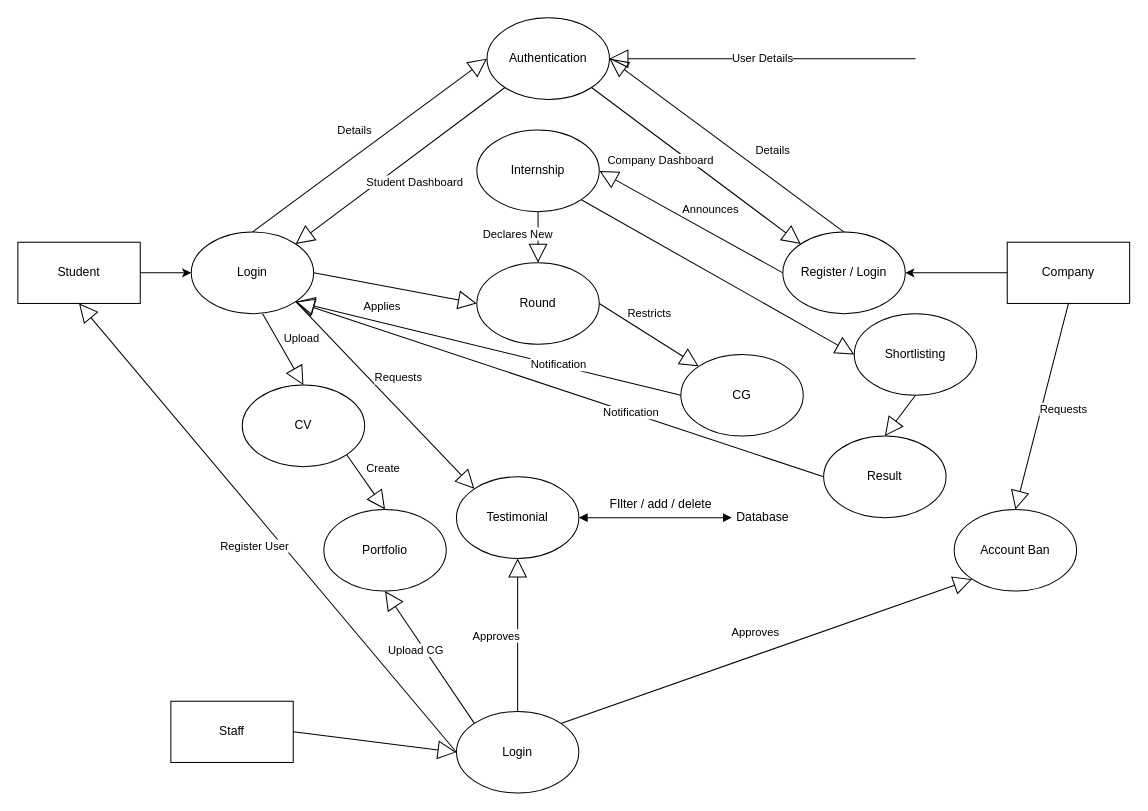
Earlier version of the draw.io diagram DFD/DFD Level2.drawio (mayank-0407/GetPlaced). Source tidied: cells renumbered, new cells numbered last; positions are measured from the earlier drawing's top-left corner, leaving out a move shared by most shapes. Both pictures are drawn from the tidied source at 102%, with x=0, y=0 at pixel (17, 17).
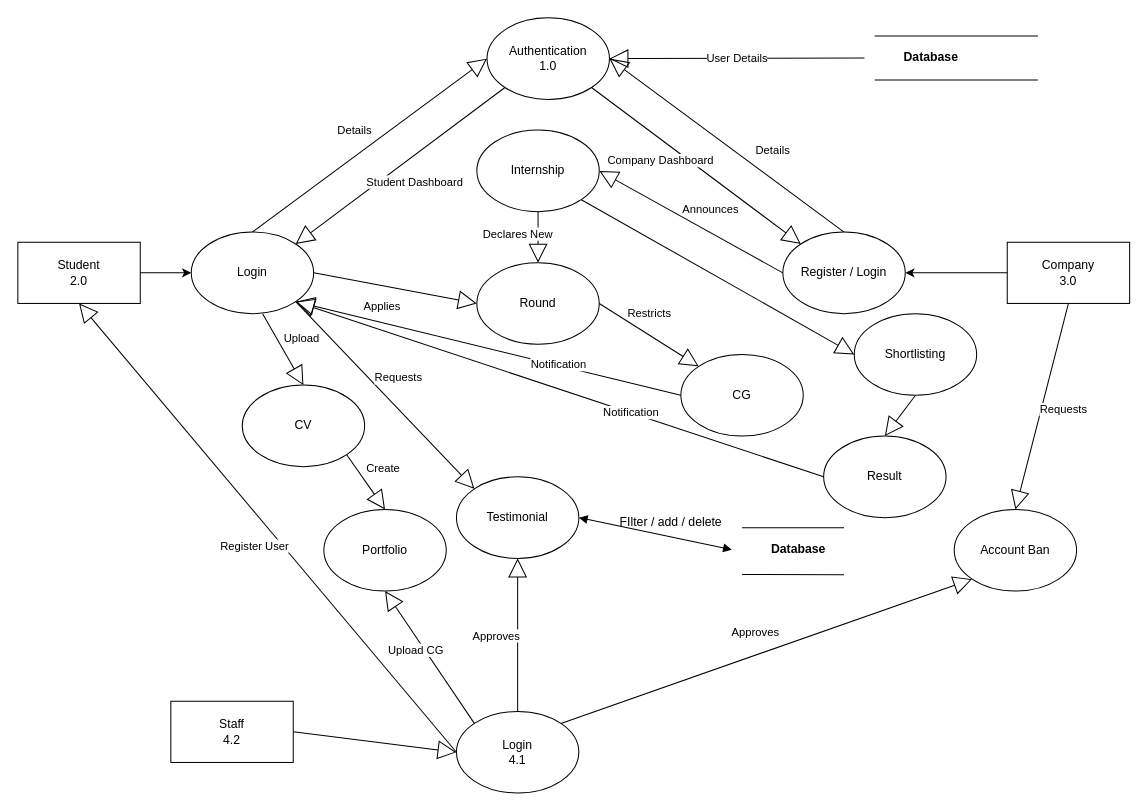
After the change.

The change refers to these unchanged cells:
```xml
<mxCell id="29" value="Testimonial" style="ellipse;whiteSpace=wrap;html=1;" parent="1" vertex="1">
  <mxGeometry x="430" y="450" width="120" height="80" as="geometry" />
</mxCell>
```

Diff of the diagram source:
```diff
@@
-    <mxCell id="2" value="Student" style="rounded=0;whiteSpace=wrap;html=1;" parent="1" vertex="1">
+    <mxCell id="2" value="Student&lt;br&gt;2.0" style="rounded=0;whiteSpace=wrap;html=1;" parent="1" vertex="1">
       <mxGeometry y="220" width="120" height="60" as="geometry" />
     </mxCell>
-    <mxCell id="3" value="Authentication" style="ellipse;whiteSpace=wrap;html=1;" parent="1" vertex="1">
+    <mxCell id="3" value="Authentication&lt;br&gt;1.0" style="ellipse;whiteSpace=wrap;html=1;" parent="1" vertex="1">
       <mxGeometry x="460" width="120" height="80" as="geometry" />
     </mxCell>
@@
-    <mxCell id="7" value="User Details" style="endArrow=block;endSize=16;endFill=0;html=1;rounded=0;entryX=1;entryY=0.5;entryDx=0;entryDy=0;" parent="1" edge="1" target="3">
-      <mxGeometry relative="1" as="geometry">
-        <mxPoint x="880" y="40" as="sourcePoint" />
-      </mxGeometry>
+    <mxCell id="7" value="User Details" style="endArrow=block;endSize=16;endFill=0;html=1;rounded=0;entryX=1;entryY=0.5;entryDx=0;entryDy=0;exitX=0;exitY=0.5;exitDx=0;exitDy=0;" parent="1" edge="1" source="45" target="3">
+      <mxGeometry relative="1" as="geometry" />
     </mxCell>
-    <mxCell id="8" value="Company" style="rounded=0;whiteSpace=wrap;html=1;" parent="1" vertex="1">
+    <mxCell id="8" value="Company&lt;br&gt;3.0" style="rounded=0;whiteSpace=wrap;html=1;" parent="1" vertex="1">
       <mxGeometry x="970" y="220" width="120" height="60" as="geometry" />
     </mxCell>
@@
-    <mxCell id="35" value="Staff" style="rounded=0;whiteSpace=wrap;html=1;" parent="1" vertex="1">
+    <mxCell id="35" value="Staff&lt;br&gt;4.2" style="rounded=0;whiteSpace=wrap;html=1;" parent="1" vertex="1">
       <mxGeometry x="150" y="670" width="120" height="60" as="geometry" />
     </mxCell>
-    <mxCell id="36" value="Login" style="ellipse;whiteSpace=wrap;html=1;" parent="1" vertex="1">
+    <mxCell id="36" value="Login&lt;br&gt;4.1" style="ellipse;whiteSpace=wrap;html=1;" parent="1" vertex="1">
       <mxGeometry x="430" y="680" width="120" height="80" as="geometry" />
     </mxCell>
@@
-    <mxCell id="42" style="endArrow=block;startArrow=block;endFill=1;startFill=1;html=1;rounded=0;exitX=1;exitY=0.5;exitDx=0;exitDy=0;" parent="1" edge="1" source="29">
-      <mxGeometry relative="1" as="geometry">
-        <mxPoint x="700" y="490" as="targetPoint" />
-      </mxGeometry>
+    <mxCell id="42" style="endArrow=block;startArrow=block;endFill=1;startFill=1;html=1;rounded=0;exitX=1;exitY=0.5;exitDx=0;exitDy=0;entryX=0;entryY=0.5;entryDx=0;entryDy=0;" parent="1" edge="1" source="29" target="48">
+      <mxGeometry relative="1" as="geometry" />
     </mxCell>
     <mxCell id="43" value="&lt;span style=&quot;font-weight: normal;&quot;&gt;FIlter / add / delete&lt;/span&gt;" style="text;align=center;fontStyle=1;verticalAlign=middle;spacingLeft=3;spacingRight=3;strokeColor=none;html=1;" parent="1" vertex="1">
-      <mxGeometry x="590" y="464" width="80" height="26" as="geometry" />
+      <mxGeometry x="600" y="482" width="80" height="26" as="geometry" />
     </mxCell>
-    <mxCell id="44" value="&lt;span style=&quot;font-weight: normal;&quot;&gt;Database&lt;/span&gt;" style="text;align=center;fontStyle=1;verticalAlign=middle;spacingLeft=3;spacingRight=3;strokeColor=none;html=1;" parent="1" vertex="1">
-      <mxGeometry x="690" y="477" width="80" height="26" as="geometry" />
-    </mxCell>
+    <mxCell id="45" value="Database" style="text;align=center;fontStyle=1;verticalAlign=middle;spacingLeft=3;spacingRight=3;strokeColor=none;points=[[0,0.5],[1,0.5]];portConstraint=eastwest;html=1;" parent="1" vertex="1">
+      <mxGeometry x="830" y="17.9" width="130" height="43" as="geometry" />
+    </mxCell>
+    <mxCell id="46" style="endArrow=none;html=1;rounded=0;" parent="1" edge="1">
+      <mxGeometry relative="1" as="geometry">
+        <mxPoint x="840" y="17.9" as="sourcePoint" />
+        <mxPoint x="1000" y="17.9" as="targetPoint" />
+      </mxGeometry>
+    </mxCell>
+    <mxCell id="47" style="endArrow=none;html=1;rounded=0;" parent="1" edge="1">
+      <mxGeometry relative="1" as="geometry">
+        <mxPoint x="840" y="60.9" as="sourcePoint" />
+        <mxPoint x="1000" y="60.9" as="targetPoint" />
+      </mxGeometry>
+    </mxCell>
+    <mxCell id="48" value="Database" style="text;align=center;fontStyle=1;verticalAlign=middle;spacingLeft=3;spacingRight=3;strokeColor=none;points=[[0,0.5],[1,0.5]];portConstraint=eastwest;html=1;" parent="1" vertex="1">
+      <mxGeometry x="700" y="499.9" width="130" height="43" as="geometry" />
+    </mxCell>
+    <mxCell id="49" style="endArrow=none;html=1;rounded=0;" parent="1" edge="1">
+      <mxGeometry relative="1" as="geometry">
+        <mxPoint x="710" y="499.9" as="sourcePoint" />
+        <mxPoint x="810" y="500" as="targetPoint" />
+      </mxGeometry>
+    </mxCell>
+    <mxCell id="50" style="endArrow=none;html=1;rounded=0;" parent="1" edge="1">
+      <mxGeometry relative="1" as="geometry">
+        <mxPoint x="710" y="545.7" as="sourcePoint" />
+        <mxPoint x="810" y="546" as="targetPoint" />
+      </mxGeometry>
+    </mxCell>
```
